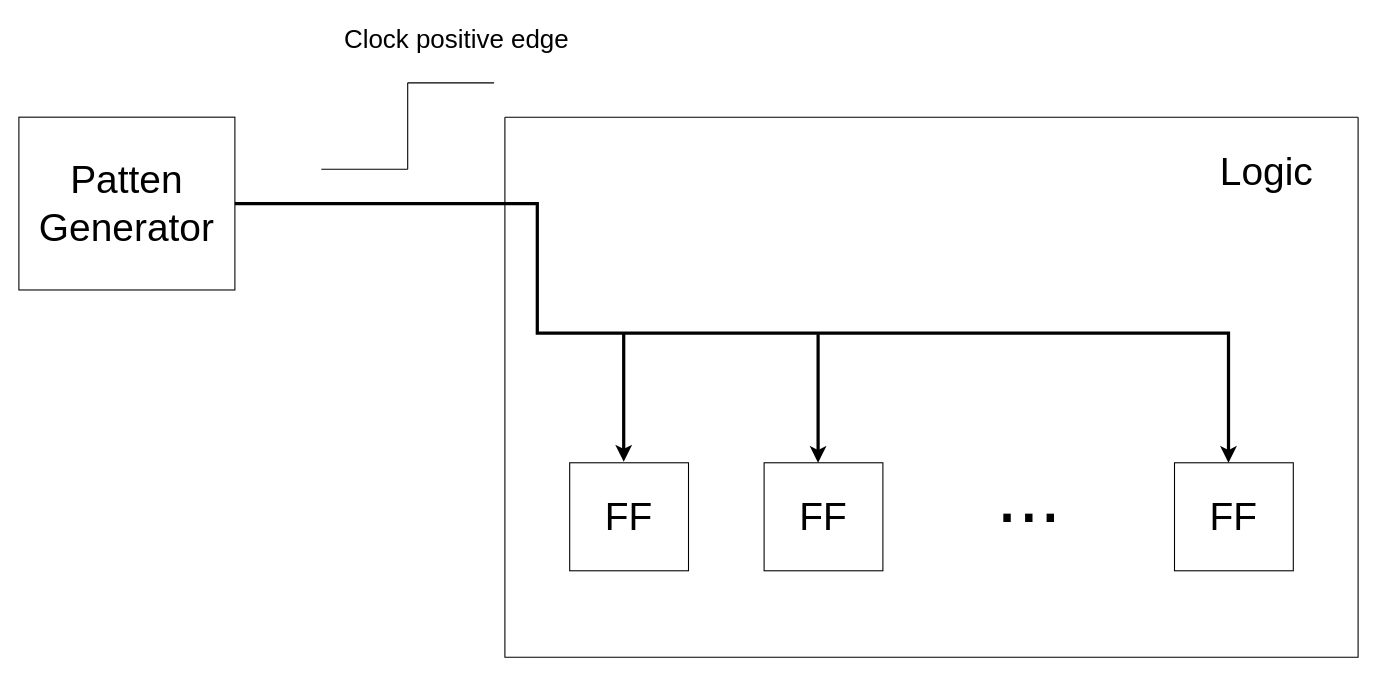
Before: Diagrams/step5.drawio in sabarioded/Patterns_Project, a draw.io diagram. Source tidied: cells renumbered, new cells numbered last; positions are measured from the earlier drawing's top-left corner, leaving out a move shared by most shapes. Both pictures are drawn from the tidied source at 108%, with x=0, y=0 at pixel (18, 17).
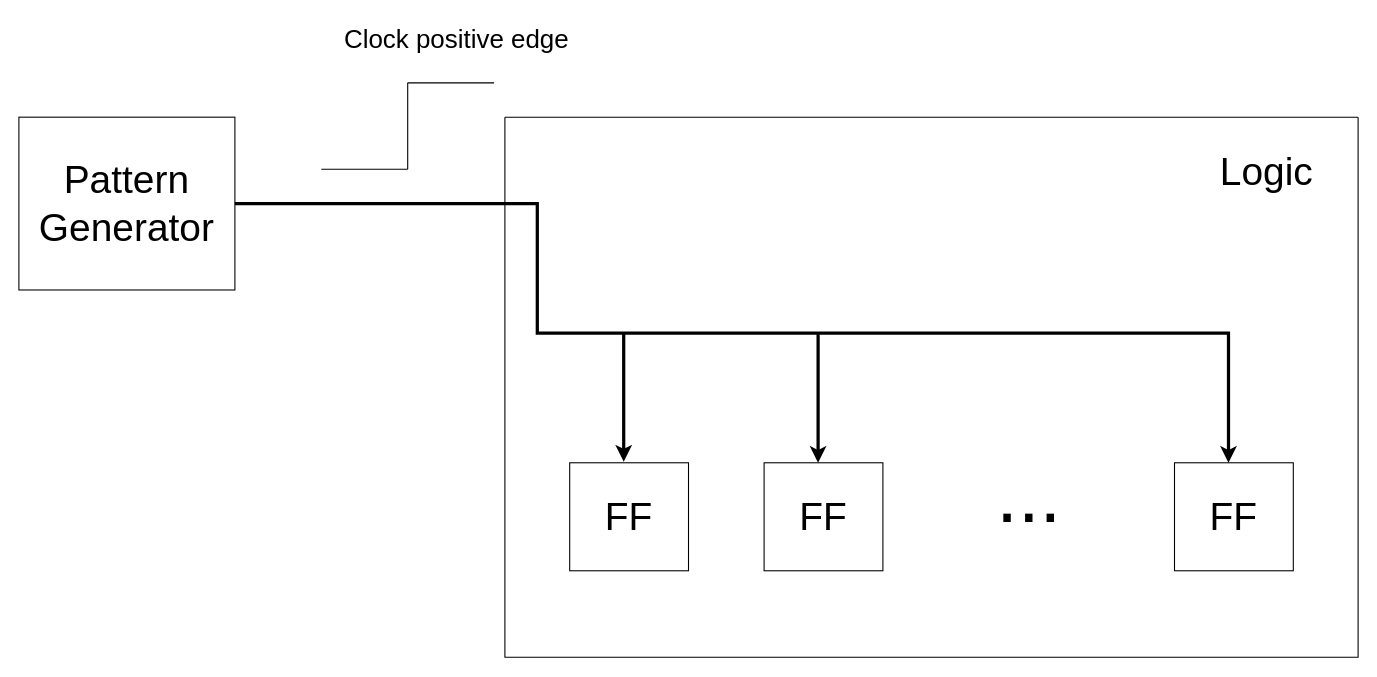
After the change.

Change to the diagram source:
```diff
@@
-    <mxCell id="2" value="&lt;font style=&quot;font-size: 36px;&quot;&gt;Patten Generator&lt;/font&gt;" style="rounded=0;whiteSpace=wrap;html=1;" parent="1" vertex="1">
+    <mxCell id="2" value="&lt;font style=&quot;font-size: 36px;&quot;&gt;Pattern Generator&lt;/font&gt;" style="rounded=0;whiteSpace=wrap;html=1;" parent="1" vertex="1">
       <mxGeometry y="92" width="200" height="160" as="geometry" />
     </mxCell>
```
